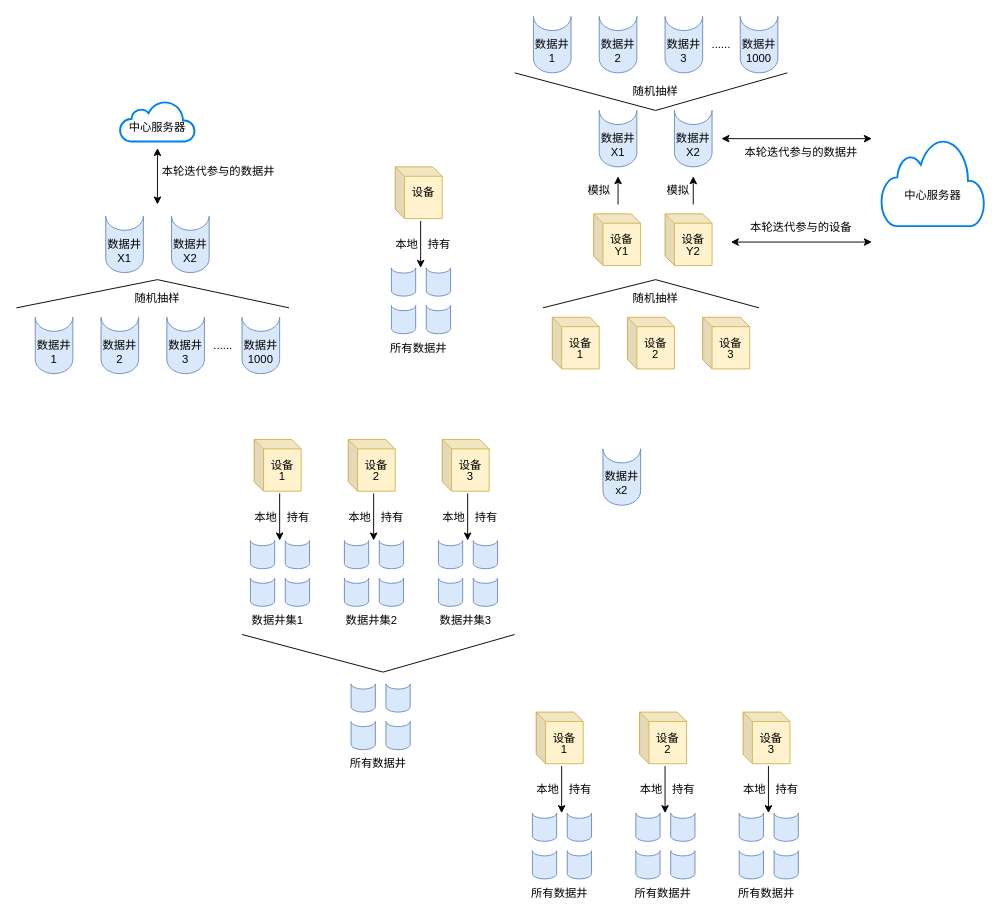
The draw.io diagram Untitled Diagram.drawio in DiamondDocument/DiamondDocument, before the edit. Source tidied: cells renumbered, new cells numbered last; positions are measured from the earlier drawing's top-left corner, leaving out a move shared by most shapes. Both pictures are drawn from the tidied source at 94%, with x=0, y=0 at pixel (16, 16).
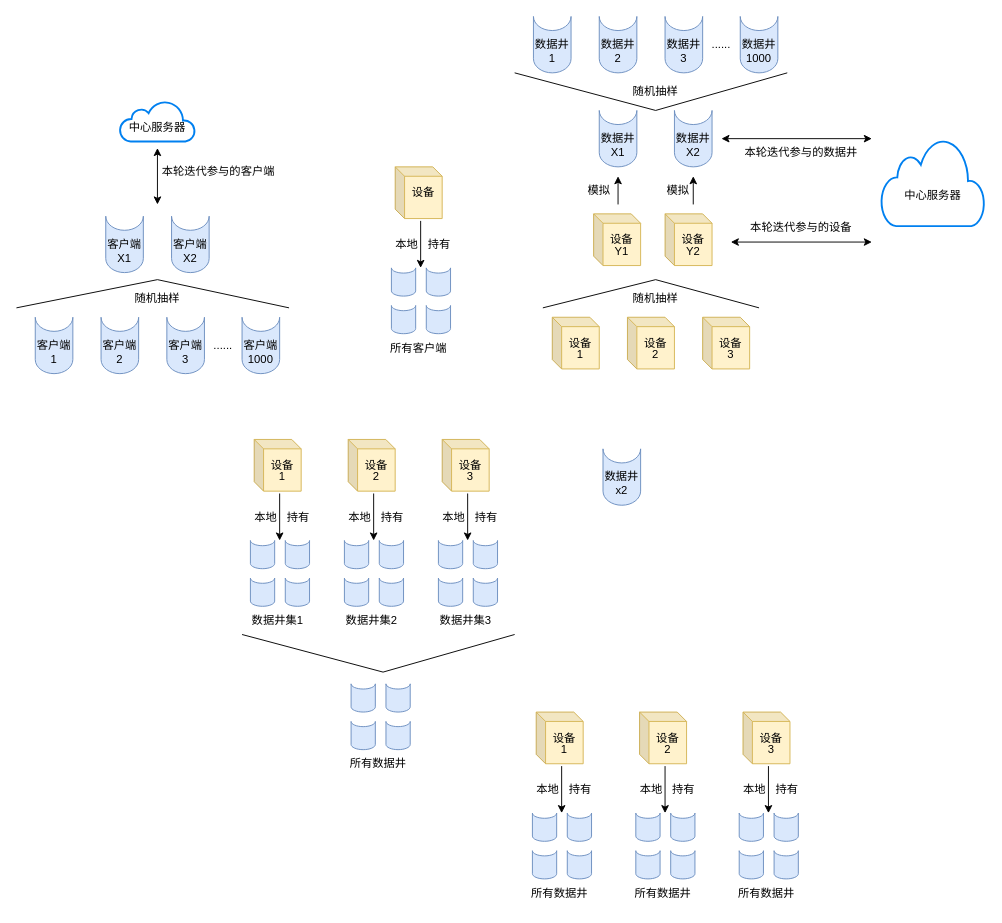
The same diagram, later.

Unchanged cells that the change refers to:
```xml
<mxCell id="18" style="group;" parent="14" vertex="1">
  <mxGeometry x="12.9" y="107.5" width="70" height="100" as="geometry" />
</mxCell>
<mxCell id="27" style="group;" parent="1" vertex="1">
  <mxGeometry y="90" width="290" height="290" as="geometry" />
</mxCell>
<mxCell id="32" style="group;" parent="31" vertex="1">
  <mxGeometry width="60" height="60" as="geometry" />
</mxCell>
<mxCell id="36" style="group;" parent="31" vertex="1">
  <mxGeometry x="70" width="60" height="60" as="geometry" />
</mxCell>
<mxCell id="40" style="group;" parent="31" vertex="1">
  <mxGeometry x="220" width="60" height="60" as="geometry" />
</mxCell>
<mxCell id="45" style="group;" parent="31" vertex="1">
  <mxGeometry x="140" width="60" height="60" as="geometry" />
</mxCell>
<mxCell id="55" style="group;" parent="54" vertex="1">
  <mxGeometry width="60" height="60" as="geometry" />
</mxCell>
<mxCell id="59" style="group;" parent="54" vertex="1">
  <mxGeometry x="70" width="60" height="60" as="geometry" />
</mxCell>
```

The edit, as a diff of the source:
```diff
@@
-    <mxCell id="23" value="所有数据井" style="text;html=1;strokeColor=none;fillColor=none;align=center;verticalAlign=middle;whiteSpace=wrap;rounded=0;" parent="18" vertex="1">
+    <mxCell id="23" value="所有客户端" style="text;html=1;strokeColor=none;fillColor=none;align=center;verticalAlign=middle;whiteSpace=wrap;rounded=0;" parent="18" vertex="1">
       <mxGeometry y="70" width="70" height="30" as="geometry" />
     </mxCell>
@@
-    <mxCell id="34" value="数据井" style="text;html=1;strokeColor=none;fillColor=none;align=center;verticalAlign=middle;whiteSpace=wrap;rounded=0;" parent="32" vertex="1">
+    <mxCell id="34" value="客户端" style="text;html=1;strokeColor=none;fillColor=none;align=center;verticalAlign=middle;whiteSpace=wrap;rounded=0;" parent="32" vertex="1">
       <mxGeometry y="15" width="60" height="30" as="geometry" />
     </mxCell>
@@
-    <mxCell id="38" value="数据井" style="text;html=1;strokeColor=none;fillColor=none;align=center;verticalAlign=middle;whiteSpace=wrap;rounded=0;" parent="36" vertex="1">
+    <mxCell id="38" value="客户端" style="text;html=1;strokeColor=none;fillColor=none;align=center;verticalAlign=middle;whiteSpace=wrap;rounded=0;" parent="36" vertex="1">
       <mxGeometry y="15" width="60" height="30" as="geometry" />
     </mxCell>
@@
-    <mxCell id="42" value="数据井" style="text;html=1;strokeColor=none;fillColor=none;align=center;verticalAlign=middle;whiteSpace=wrap;rounded=0;" parent="40" vertex="1">
+    <mxCell id="42" value="客户端" style="text;html=1;strokeColor=none;fillColor=none;align=center;verticalAlign=middle;whiteSpace=wrap;rounded=0;" parent="40" vertex="1">
       <mxGeometry y="15" width="60" height="30" as="geometry" />
     </mxCell>
@@
-    <mxCell id="47" value="数据井" style="text;html=1;strokeColor=none;fillColor=none;align=center;verticalAlign=middle;whiteSpace=wrap;rounded=0;" parent="45" vertex="1">
+    <mxCell id="47" value="客户端" style="text;html=1;strokeColor=none;fillColor=none;align=center;verticalAlign=middle;whiteSpace=wrap;rounded=0;" parent="45" vertex="1">
       <mxGeometry y="15" width="60" height="30" as="geometry" />
     </mxCell>
@@
-    <mxCell id="53" value="本轮迭代参与的数据井" style="text;html=1;strokeColor=none;fillColor=none;align=center;verticalAlign=middle;whiteSpace=wrap;rounded=0;" parent="27" vertex="1">
+    <mxCell id="53" value="本轮迭代参与的客户端" style="text;html=1;strokeColor=none;fillColor=none;align=center;verticalAlign=middle;whiteSpace=wrap;rounded=0;" parent="27" vertex="1">
       <mxGeometry x="150" y="60" width="130" height="30" as="geometry" />
     </mxCell>
@@
-    <mxCell id="57" value="数据井" style="text;html=1;strokeColor=none;fillColor=none;align=center;verticalAlign=middle;whiteSpace=wrap;rounded=0;" parent="55" vertex="1">
+    <mxCell id="57" value="客户端" style="text;html=1;strokeColor=none;fillColor=none;align=center;verticalAlign=middle;whiteSpace=wrap;rounded=0;" parent="55" vertex="1">
       <mxGeometry y="15" width="60" height="30" as="geometry" />
     </mxCell>
@@
-    <mxCell id="61" value="数据井" style="text;html=1;strokeColor=none;fillColor=none;align=center;verticalAlign=middle;whiteSpace=wrap;rounded=0;" parent="59" vertex="1">
+    <mxCell id="61" value="客户端" style="text;html=1;strokeColor=none;fillColor=none;align=center;verticalAlign=middle;whiteSpace=wrap;rounded=0;" parent="59" vertex="1">
       <mxGeometry y="15" width="60" height="30" as="geometry" />
     </mxCell>
```
